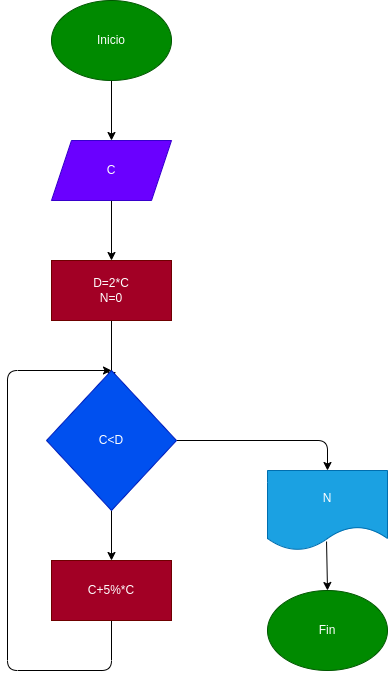
Before: ejercicio_6/diagrama.png, a diagram exported from draw.io (JHONATANGARCIAXD/Taller_While-ejercicio_1). Source tidied: cells renumbered, new cells last; positions are measured from the earlier drawing's top-left corner, leaving out a move shared by most shapes.
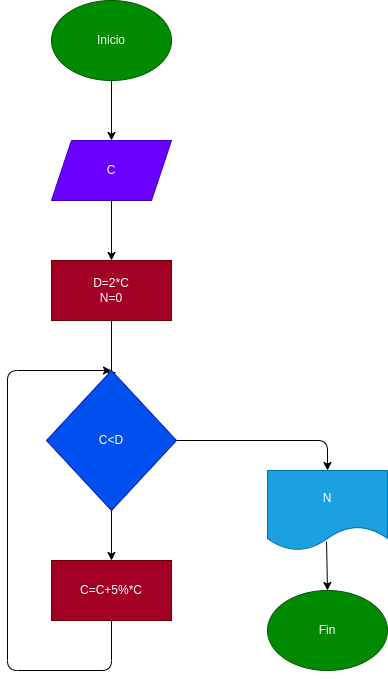
The same file after the commit.

Commit message:
Desarrollo:Ejercicio Clase

Diff of the diagram source:
```diff
@@ -51,7 +51,7 @@
         </Array>
       </mxGeometry>
     </mxCell>
-    <mxCell id="12" value="C+5%*C" style="rounded=0;whiteSpace=wrap;html=1;fillColor=#a20025;fontColor=#ffffff;strokeColor=#6F0000;" parent="1" vertex="1">
+    <mxCell id="12" value="C=C+5%*C" style="rounded=0;whiteSpace=wrap;html=1;fillColor=#a20025;fontColor=#ffffff;strokeColor=#6F0000;" parent="1" vertex="1">
       <mxGeometry x="44" y="560" width="120" height="60" as="geometry" />
     </mxCell>
     <mxCell id="13" value="N" style="shape=document;whiteSpace=wrap;html=1;boundedLbl=1;fillColor=#1ba1e2;fontColor=#ffffff;strokeColor=#006EAF;" parent="1" vertex="1">
```
